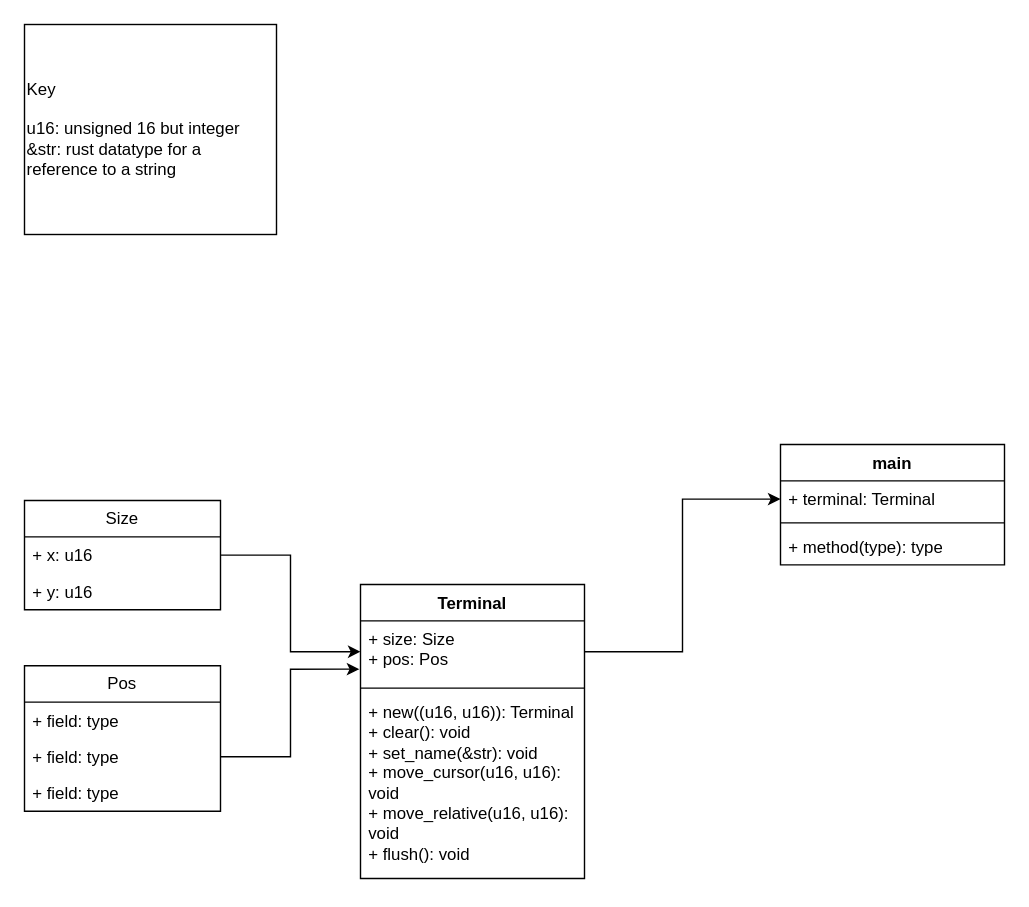
Before: img/pico-uml.drawio in AllLiver/pine, a draw.io diagram. Source tidied: cells renumbered, new cells numbered last; positions are measured from the earlier drawing's top-left corner, leaving out a move shared by most shapes. Both pictures are drawn from the tidied source at 140%, with x=0, y=0 at pixel (24, 24).
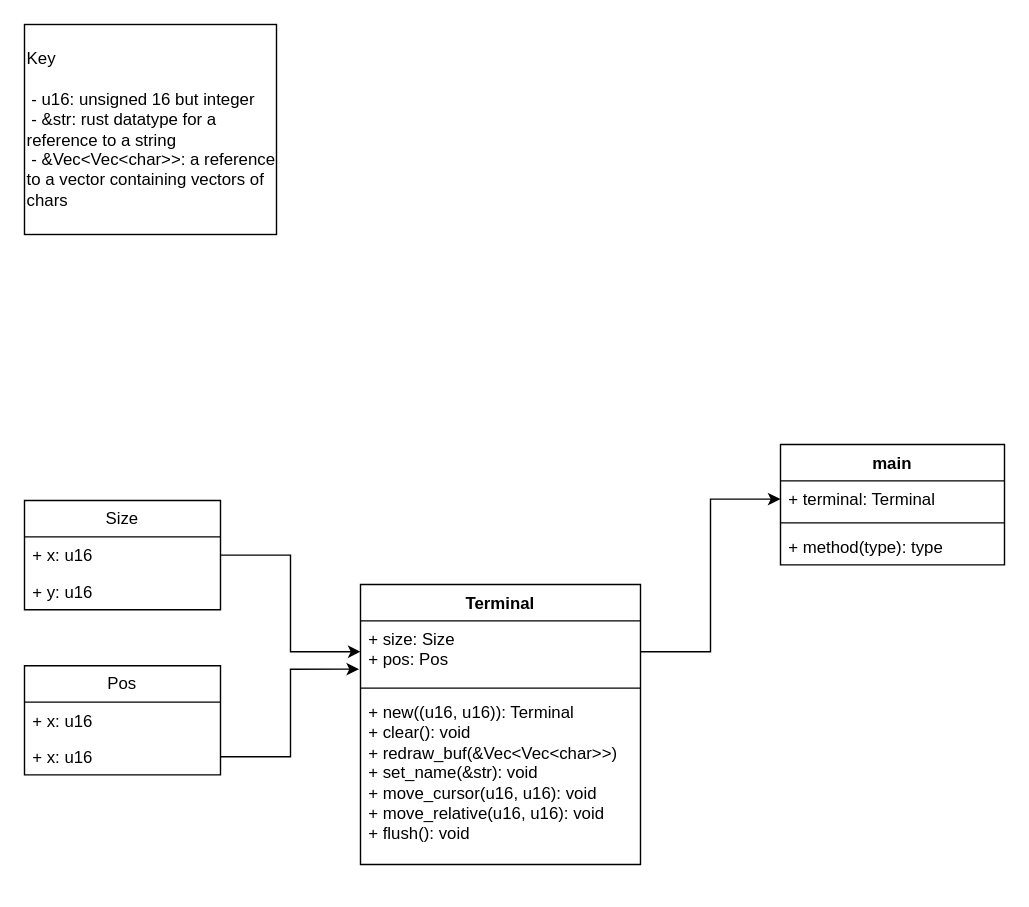
Above is the later version.

Commit message (it also covers changes not shown here):
UML diagram changes

Diff of the diagram source:
```diff
@@
     <mxCell id="2" value="Terminal" style="swimlane;fontStyle=1;align=center;verticalAlign=top;horizontal=1;startSize=26;whiteSpace=wrap;html=1;" parent="1" vertex="1">
-      <mxGeometry x="240" y="400" width="160" height="210" as="geometry" />
+      <mxGeometry x="240" y="400" width="200" height="200" as="geometry" />
     </mxCell>
     <mxCell id="3" value="+ size: Size&lt;div&gt;+ pos: Pos&lt;br&gt;&lt;div&gt;&lt;br&gt;&lt;/div&gt;&lt;/div&gt;" style="text;strokeColor=none;fillColor=none;align=left;verticalAlign=top;spacingLeft=4;spacingRight=4;overflow=hidden;points=[[0,0.5],[1,0.5]];portConstraint=eastwest;whiteSpace=wrap;html=1;" parent="2" vertex="1">
-      <mxGeometry y="26" width="160" height="44" as="geometry" />
+      <mxGeometry y="26" width="200" height="44" as="geometry" />
     </mxCell>
     <mxCell id="4" style="line;strokeWidth=1;fillColor=none;align=left;verticalAlign=middle;spacingTop=-1;spacingLeft=3;spacingRight=3;labelPosition=right;strokeColor=inherit;" parent="2" vertex="1">
-      <mxGeometry y="70" width="160" height="8" as="geometry" />
+      <mxGeometry y="70" width="200" height="8" as="geometry" />
     </mxCell>
-    <mxCell id="5" value="&lt;div&gt;+ new((u16, u16)): Terminal&lt;/div&gt;+ clear(): void&lt;div&gt;+ set_name(&amp;amp;str): void&lt;/div&gt;&lt;div&gt;+&lt;span style=&quot;background-color: initial;&quot;&gt;&amp;nbsp;move_cursor(u16, u16): void&lt;/span&gt;&lt;/div&gt;&lt;div&gt;&lt;span style=&quot;background-color: initial;&quot;&gt;+ move_relative(u16, u16): void&lt;/span&gt;&lt;/div&gt;&lt;div&gt;&lt;span style=&quot;background-color: initial;&quot;&gt;+ flush(): void&lt;/span&gt;&lt;/div&gt;" style="text;strokeColor=none;fillColor=none;align=left;verticalAlign=top;spacingLeft=4;spacingRight=4;overflow=hidden;whiteSpace=wrap;html=1;" parent="2" vertex="1">
-      <mxGeometry y="78" width="160" height="132" as="geometry" />
+    <mxCell id="5" value="&lt;div&gt;+ new((u16, u16)): Terminal&lt;/div&gt;+ clear(): void&amp;nbsp;&lt;div&gt;+ redraw_buf(&amp;amp;Vec&amp;lt;Vec&amp;lt;char&amp;gt;&amp;gt;)&lt;br&gt;&lt;div&gt;&lt;div&gt;+ set_name(&amp;amp;str): void&lt;/div&gt;&lt;div&gt;+&lt;span style=&quot;background-color: initial;&quot;&gt;&amp;nbsp;move_cursor(u16, u16): void&lt;/span&gt;&lt;/div&gt;&lt;div&gt;&lt;span style=&quot;background-color: initial;&quot;&gt;+ move_relative(u16, u16): void&lt;/span&gt;&lt;/div&gt;&lt;div&gt;&lt;span style=&quot;background-color: initial;&quot;&gt;+ flush(): void&lt;/span&gt;&lt;/div&gt;&lt;/div&gt;&lt;/div&gt;" style="text;strokeColor=none;fillColor=none;align=left;verticalAlign=top;spacingLeft=4;spacingRight=4;overflow=hidden;whiteSpace=wrap;html=1;" parent="2" vertex="1">
+      <mxGeometry y="78" width="200" height="122" as="geometry" />
     </mxCell>
@@
-    <mxCell id="11" value="Key&lt;div&gt;&lt;br&gt;&lt;div&gt;u16: unsigned 16 but integer&lt;/div&gt;&lt;/div&gt;&lt;div&gt;&amp;amp;str: rust datatype for a reference to a string&lt;/div&gt;" style="html=1;whiteSpace=wrap;align=left;" parent="1" vertex="1">
+    <mxCell id="11" value="Key&lt;div&gt;&lt;br&gt;&lt;div&gt;&amp;nbsp;- u16: unsigned 16 but integer&lt;/div&gt;&lt;/div&gt;&lt;div&gt;&amp;nbsp;- &amp;amp;str: rust datatype for a reference to a string&lt;/div&gt;&lt;div&gt;&amp;nbsp;- &amp;amp;Vec&amp;lt;Vec&amp;lt;char&amp;gt;&amp;gt;: a reference to a vector containing vectors of chars&lt;br&gt;&lt;/div&gt;" style="html=1;whiteSpace=wrap;align=left;" parent="1" vertex="1">
       <mxGeometry width="180" height="150" as="geometry" />
     </mxCell>
@@
     <mxCell id="16" value="Pos" style="swimlane;fontStyle=0;horizontal=1;startSize=26;fillColor=none;whiteSpace=wrap;html=1;" parent="1" vertex="1">
-      <mxGeometry y="458" width="140" height="104" as="geometry" />
+      <mxGeometry y="458" width="140" height="78" as="geometry" />
     </mxCell>
-    <mxCell id="17" value="+ field: type" style="text;strokeColor=none;fillColor=none;align=left;verticalAlign=top;spacingLeft=4;spacingRight=4;overflow=hidden;whiteSpace=wrap;html=1;" parent="16" vertex="1">
+    <mxCell id="17" value="+ x: u16" style="text;strokeColor=none;fillColor=none;align=left;verticalAlign=top;spacingLeft=4;spacingRight=4;overflow=hidden;whiteSpace=wrap;html=1;" parent="16" vertex="1">
       <mxGeometry y="26" width="140" height="26" as="geometry" />
     </mxCell>
-    <mxCell id="18" value="+ field: type" style="text;strokeColor=none;fillColor=none;align=left;verticalAlign=top;spacingLeft=4;spacingRight=4;overflow=hidden;points=[[0,0.5],[1,0.5]];portConstraint=eastwest;whiteSpace=wrap;html=1;" parent="16" vertex="1">
+    <mxCell id="18" value="+ x: u16" style="text;strokeColor=none;fillColor=none;align=left;verticalAlign=top;spacingLeft=4;spacingRight=4;overflow=hidden;points=[[0,0.5],[1,0.5]];portConstraint=eastwest;whiteSpace=wrap;html=1;" parent="16" vertex="1">
       <mxGeometry y="52" width="140" height="26" as="geometry" />
     </mxCell>
-    <mxCell id="19" value="+ field: type" style="text;strokeColor=none;fillColor=none;align=left;verticalAlign=top;spacingLeft=4;spacingRight=4;overflow=hidden;whiteSpace=wrap;html=1;" parent="16" vertex="1">
-      <mxGeometry y="78" width="140" height="26" as="geometry" />
-    </mxCell>
```
